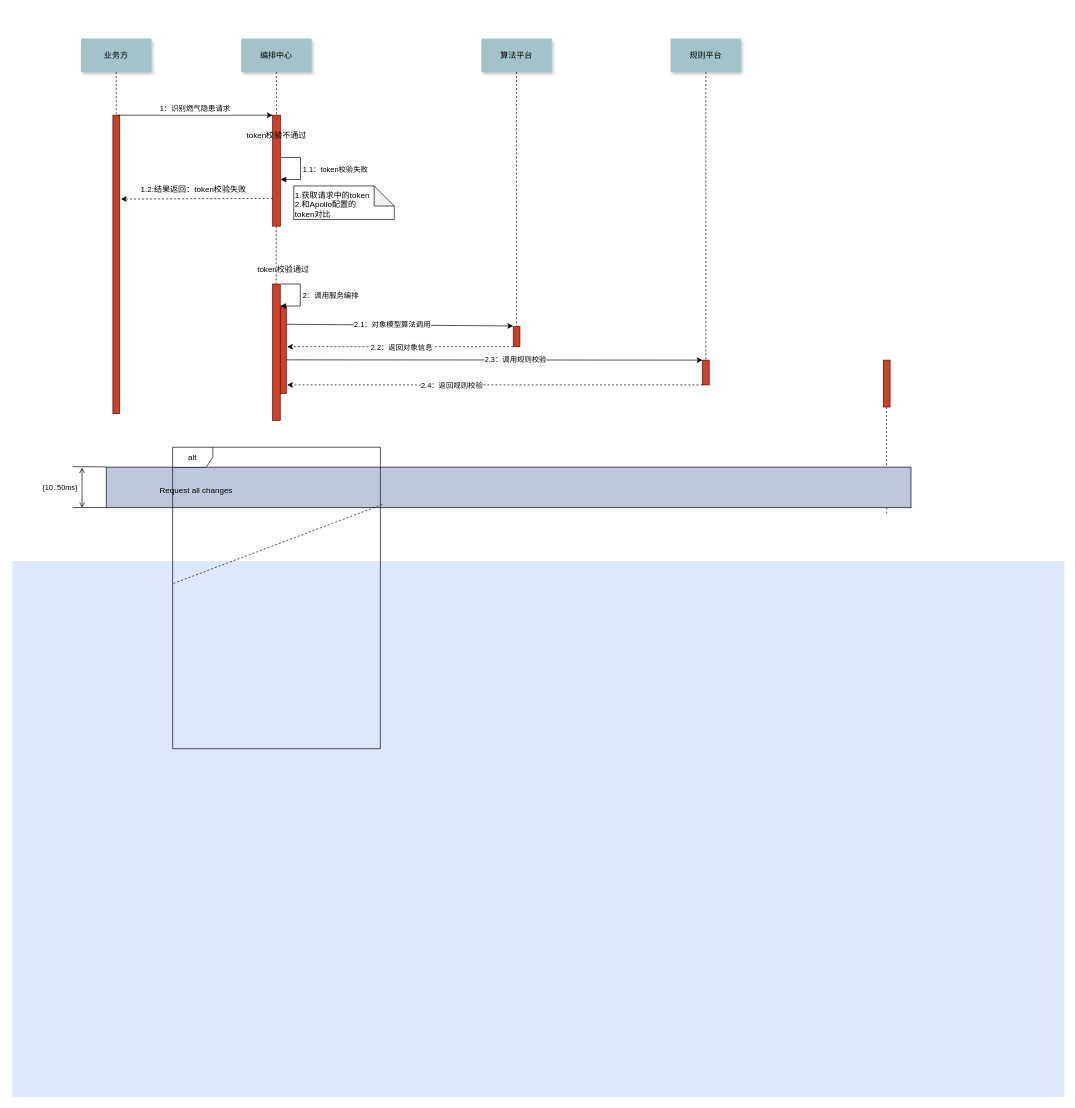
Earlier version of the draw.io diagram 未命名绘图.drawio (flytangyu/typora-image). Source tidied: cells renumbered, new cells numbered last; positions are measured from the earlier drawing's top-left corner, leaving out a move shared by most shapes. Both pictures are drawn from the tidied source at 67%, with x=0, y=0 at pixel (12, 38).
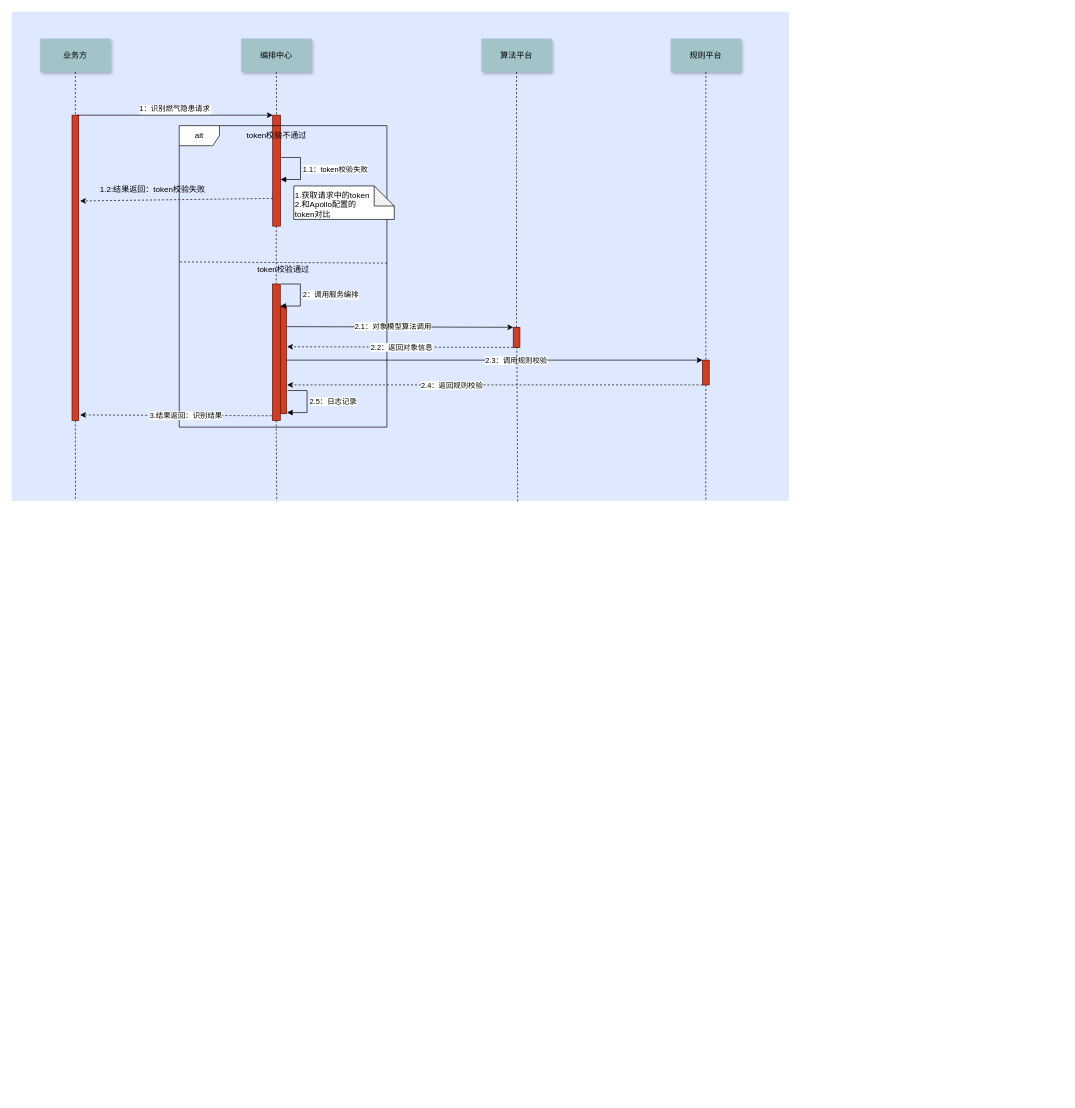
The same diagram, later.

Commit message:
户内业务序列图.drawio

The change refers to these unchanged cells:
```xml
<mxCell id="11" value="算法平台" style="shadow=1;fillColor=#A2C4C9;strokeColor=none;" parent="1" vertex="1">
  <mxGeometry x="700" width="105" height="50" as="geometry" />
</mxCell>
<mxCell id="13" value="规则平台" style="shadow=1;fillColor=#A2C4C9;strokeColor=none;" parent="1" vertex="1">
  <mxGeometry x="982.5" width="105" height="50" as="geometry" />
</mxCell>
<mxCell id="33" style="fillColor=#CC4125;strokeColor=#660000;" parent="1" vertex="1">
  <mxGeometry x="388.2" y="366.4" width="11.6" height="203.6" as="geometry" />
</mxCell>
<mxCell id="38" style="fillColor=#CC4125;strokeColor=#660000;" parent="1" vertex="1">
  <mxGeometry x="1030" y="480" width="10" height="37" as="geometry" />
</mxCell>
```

Change to the diagram source:
```diff
@@
     <mxCell id="2" style="fillColor=#DEE8FF;strokeColor=none;" parent="1" vertex="1">
-      <mxGeometry y="780" width="1570" height="800" as="geometry" />
+      <mxGeometry x="-1" y="-40" width="1160" height="730" as="geometry" />
     </mxCell>
-    <mxCell id="3" style="edgeStyle=elbowEdgeStyle;elbow=horizontal;endArrow=none;dashed=1;" parent="1" edge="1">
-      <mxGeometry x="1460" y="437.9" as="geometry">
-        <mxPoint x="1304.5" y="550" as="sourcePoint" />
-        <mxPoint x="1304.5" y="710" as="targetPoint" />
-      </mxGeometry>
-    </mxCell>
     <mxCell id="4" style="fillColor=#CC4125;strokeColor=#660000;" parent="1" vertex="1">
-      <mxGeometry x="150" y="114.4" width="10" height="445.6" as="geometry" />
+      <mxGeometry x="89" y="114.4" width="10" height="455.6" as="geometry" />
     </mxCell>
     <mxCell id="5" value="业务方" style="shadow=1;fillColor=#A2C4C9;strokeColor=none;" parent="1" vertex="1">
-      <mxGeometry x="102.5" width="105" height="50" as="geometry" />
+      <mxGeometry x="41.5" width="105" height="50" as="geometry" />
     </mxCell>
@@
     <mxCell id="9" style="fillColor=#CC4125;strokeColor=#660000;" parent="1" vertex="1">
-      <mxGeometry x="388.4" y="114.4" width="11.6" height="165.6" as="geometry" />
+      <mxGeometry x="388.5" y="114.4" width="11.6" height="165.6" as="geometry" />
     </mxCell>
@@
     <mxCell id="12" style="edgeStyle=none;endArrow=none;dashed=1;entryX=0.5;entryY=0;entryDx=0;entryDy=0;" parent="1" edge="1" source="11" target="22">
-      <mxGeometry x="674.5" y="175" as="geometry" />
+      <mxGeometry x="735.5" y="175" as="geometry" />
     </mxCell>
@@
     <mxCell id="14" style="edgeStyle=none;endArrow=none;dashed=1;startArrow=none;" parent="1" edge="1" source="38">
-      <mxGeometry x="727.3" y="158" as="geometry">
+      <mxGeometry x="788.4" y="158" as="geometry">
         <mxPoint x="1035" y="483" as="targetPoint" />
       </mxGeometry>
     </mxCell>
@@
     <mxCell id="16" style="edgeStyle=elbowEdgeStyle;elbow=horizontal;endArrow=none;dashed=1;" parent="1" edge="1">
-      <mxGeometry x="573.7" y="250.6" as="geometry">
-        <mxPoint x="393.7" y="280" as="sourcePoint" />
+      <mxGeometry x="634.8" y="250.6" as="geometry">
+        <mxPoint x="393.8" y="280" as="sourcePoint" />
         <mxPoint x="394" y="370" as="targetPoint" />
         <Array as="points">
-          <mxPoint x="393.7" y="300.6" />
+          <mxPoint x="393.8" y="300.6" />
         </Array>
       </mxGeometry>
     </mxCell>
-    <mxCell id="17" style="rounded=0;jettySize=auto;html=1;exitX=0.904;exitY=0.204;exitDx=0;exitDy=0;entryX=0;entryY=0;entryDx=0;entryDy=0;exitPerimeter=0;" parent="1" edge="1" source="21">
+    <mxCell id="17" style="rounded=0;jettySize=auto;html=1;entryX=0;entryY=0;entryDx=0;entryDy=0;" parent="1" edge="1" target="22">
       <mxGeometry relative="1" as="geometry">
-        <mxPoint x="747.5" y="429" as="targetPoint" />
+        <mxPoint x="410" y="430" as="sourcePoint" />
       </mxGeometry>
     </mxCell>
@@
-    <mxCell id="19" style="edgeStyle=none;rounded=0;jettySize=auto;html=1;exitX=0.804;exitY=0.612;exitDx=0;exitDy=0;entryX=0;entryY=0;entryDx=0;entryDy=0;exitPerimeter=0;" parent="1" edge="1" source="21" target="38">
+    <mxCell id="19" style="edgeStyle=none;rounded=0;jettySize=auto;html=1;exitX=1;exitY=0.5;exitDx=0;exitDy=0;entryX=0;entryY=0;entryDx=0;entryDy=0;" parent="1" edge="1" source="21" target="38">
       <mxGeometry relative="1" as="geometry" />
     </mxCell>
@@
     <mxCell id="21" style="fillColor=#CC4125;strokeColor=#660000;" parent="1" vertex="1">
-      <mxGeometry x="399" y="400" width="10" height="130" as="geometry" />
+      <mxGeometry x="399" y="400" width="10" height="160" as="geometry" />
     </mxCell>
     <mxCell id="22" style="fillColor=#CC4125;strokeColor=#660000;" parent="1" vertex="1">
-      <mxGeometry x="747.5" y="430" width="10" height="30" as="geometry" />
+      <mxGeometry x="747.5" y="431" width="10" height="30" as="geometry" />
     </mxCell>
-    <mxCell id="23" style="fillColor=#CC4125;strokeColor=#660000;" parent="1" vertex="1">
-      <mxGeometry x="1300" y="480" width="10" height="70" as="geometry" />
-    </mxCell>
-    <mxCell id="24" style="align=left;fillColor=#BFC8DB;" parent="1" vertex="1">
-      <mxGeometry x="140" y="639.7" width="1201.2" height="60.6" as="geometry" />
-    </mxCell>
-    <mxCell id="25" value="Request all changes" style="text;align=left;" parent="1" vertex="1">
-      <mxGeometry x="218.1" y="660.1" width="351.8" height="26" as="geometry" />
-    </mxCell>
-    <mxCell id="26" style="edgeStyle=elbowEdgeStyle;elbow=vertical;endArrow=none;" parent="1" edge="1">
-      <mxGeometry x="50" y="649.4" as="geometry">
-        <mxPoint x="140" y="639.4" as="sourcePoint" />
-        <mxPoint x="90" y="639.4" as="targetPoint" />
-      </mxGeometry>
-    </mxCell>
-    <mxCell id="27" style="edgeStyle=elbowEdgeStyle;elbow=vertical;endArrow=none;" parent="1" edge="1">
-      <mxGeometry x="50" y="710" as="geometry">
-        <mxPoint x="140" y="700" as="sourcePoint" />
-        <mxPoint x="90" y="700" as="targetPoint" />
-      </mxGeometry>
-    </mxCell>
-    <mxCell id="28" value="{10..50ms}" style="edgeStyle=elbowEdgeStyle;elbow=horizontal;startArrow=open;endArrow=open;labelPosition=left;align=right;" parent="1" edge="1">
-      <mxGeometry as="geometry">
-        <mxPoint x="103.9" y="640.3" as="sourcePoint" />
-        <mxPoint x="103.9" y="700.3" as="targetPoint" />
-        <mxPoint x="-4.2" y="-0.3" as="offset" />
-      </mxGeometry>
-    </mxCell>
@@
     <mxCell id="30" value="alt" style="shape=umlFrame;whiteSpace=wrap;html=1;" parent="1" vertex="1">
-      <mxGeometry x="239.2" y="610" width="310" height="450" as="geometry" />
+      <mxGeometry x="249" y="130" width="310" height="450" as="geometry" />
     </mxCell>
-    <mxCell id="31" style="edgeStyle=none;endArrow=none;dashed=1;entryX=0.003;entryY=0.452;entryDx=0;entryDy=0;entryPerimeter=0;exitX=1.009;exitY=0.19;exitDx=0;exitDy=0;exitPerimeter=0;" parent="1" edge="1" source="30" target="30">
-      <mxGeometry x="624.5" y="185" as="geometry" />
+    <mxCell id="31" style="edgeStyle=none;endArrow=none;dashed=1;entryX=0.003;entryY=0.452;entryDx=0;entryDy=0;entryPerimeter=0;exitX=1;exitY=0.456;exitDx=0;exitDy=0;exitPerimeter=0;" parent="1" edge="1" source="30" target="30">
+      <mxGeometry x="685.5" y="185" as="geometry" />
     </mxCell>
@@
     <mxCell id="34" value="1.2:结果返回：token校验失败" style="text;html=1;align=center;verticalAlign=middle;strokeColor=none;fillColor=none;" parent="1" vertex="1">
-      <mxGeometry x="180" y="210" width="180" height="30" as="geometry" />
+      <mxGeometry x="119" y="210" width="180" height="30" as="geometry" />
     </mxCell>
@@
     <mxCell id="37" value="2：调用服务编排" style="edgeStyle=orthogonalEdgeStyle;html=1;align=left;spacingLeft=2;endArrow=block;rounded=0;entryX=1;entryY=0.58;entryDx=0;entryDy=0;entryPerimeter=0;exitX=1.087;exitY=0.381;exitDx=0;exitDy=0;exitPerimeter=0;" parent="1" edge="1">
       <mxGeometry relative="1" as="geometry">
         <mxPoint x="400.8" y="366.4" as="sourcePoint" />
-        <mxPoint x="399.7" y="399.3" as="targetPoint" />
+        <mxPoint x="399.8" y="399.3" as="targetPoint" />
         <Array as="points">
-          <mxPoint x="429.7" y="366.9" />
-          <mxPoint x="429.7" y="398.9" />
+          <mxPoint x="429.8" y="366.9" />
+          <mxPoint x="429.8" y="398.9" />
         </Array>
       </mxGeometry>
     </mxCell>
@@
     <mxCell id="39" style="edgeStyle=none;endArrow=none;dashed=1;" parent="1" edge="1" source="13" target="38">
-      <mxGeometry x="727.3" y="165" as="geometry" />
+      <mxGeometry x="788.4" y="165" as="geometry" />
     </mxCell>
@@
+    <mxCell id="44" value="2.5：日志记录" style="edgeStyle=orthogonalEdgeStyle;html=1;align=left;spacingLeft=2;endArrow=block;rounded=0;entryX=1;entryY=0.58;entryDx=0;entryDy=0;entryPerimeter=0;exitX=1.087;exitY=0.381;exitDx=0;exitDy=0;exitPerimeter=0;" parent="1" edge="1">
+      <mxGeometry relative="1" as="geometry">
+        <mxPoint x="410.8" y="525.4" as="sourcePoint" />
+        <mxPoint x="409.8" y="558.3" as="targetPoint" />
+        <Array as="points">
+          <mxPoint x="439.8" y="525.9" />
+          <mxPoint x="439.8" y="557.9" />
+        </Array>
+      </mxGeometry>
+    </mxCell>
+    <mxCell id="45" style="rounded=0;jettySize=auto;html=1;exitX=-0.102;exitY=0.966;exitDx=0;exitDy=0;endArrow=classic;endFill=1;dashed=1;entryX=1.2;entryY=0.982;entryDx=0;entryDy=0;entryPerimeter=0;exitPerimeter=0;" parent="1" edge="1" source="33" target="4">
+      <mxGeometry relative="1" as="geometry" />
+    </mxCell>
+    <mxCell id="46" value="3.结果返回：识别结果" style="edgeLabel;html=1;align=center;verticalAlign=middle;" parent="45" vertex="1">
+      <mxGeometry x="0.47" y="-2" relative="1" as="geometry">
+        <mxPoint x="81" y="2" as="offset" />
+      </mxGeometry>
+    </mxCell>
+    <mxCell id="47" style="edgeStyle=none;endArrow=none;dashed=1;entryX=0.651;entryY=1.003;entryDx=0;entryDy=0;entryPerimeter=0;" parent="1" edge="1" target="2">
+      <mxGeometry x="792.4" y="175" as="geometry">
+        <mxPoint x="753" y="460" as="sourcePoint" />
+      </mxGeometry>
+    </mxCell>
+    <mxCell id="48" style="edgeStyle=none;endArrow=none;dashed=1;exitX=0.5;exitY=1;exitDx=0;exitDy=0;entryX=0.893;entryY=1;entryDx=0;entryDy=0;entryPerimeter=0;" parent="1" edge="1" source="38" target="2">
+      <mxGeometry x="1073.9" y="245" as="geometry" />
+    </mxCell>
+    <mxCell id="49" style="edgeStyle=none;endArrow=none;dashed=1;exitX=0.5;exitY=1;exitDx=0;exitDy=0;entryX=0.341;entryY=1.001;entryDx=0;entryDy=0;entryPerimeter=0;" parent="1" edge="1" target="2">
+      <mxGeometry x="432.7" y="298" as="geometry">
+        <mxPoint x="393.8" y="570" as="sourcePoint" />
+      </mxGeometry>
+    </mxCell>
+    <mxCell id="50" style="edgeStyle=none;endArrow=none;dashed=1;exitX=0.5;exitY=1;exitDx=0;exitDy=0;entryX=0.082;entryY=1;entryDx=0;entryDy=0;entryPerimeter=0;" parent="1" edge="1" target="2">
+      <mxGeometry x="132.4" y="288" as="geometry">
+        <mxPoint x="94" y="570" as="sourcePoint" />
+      </mxGeometry>
+    </mxCell>
```
